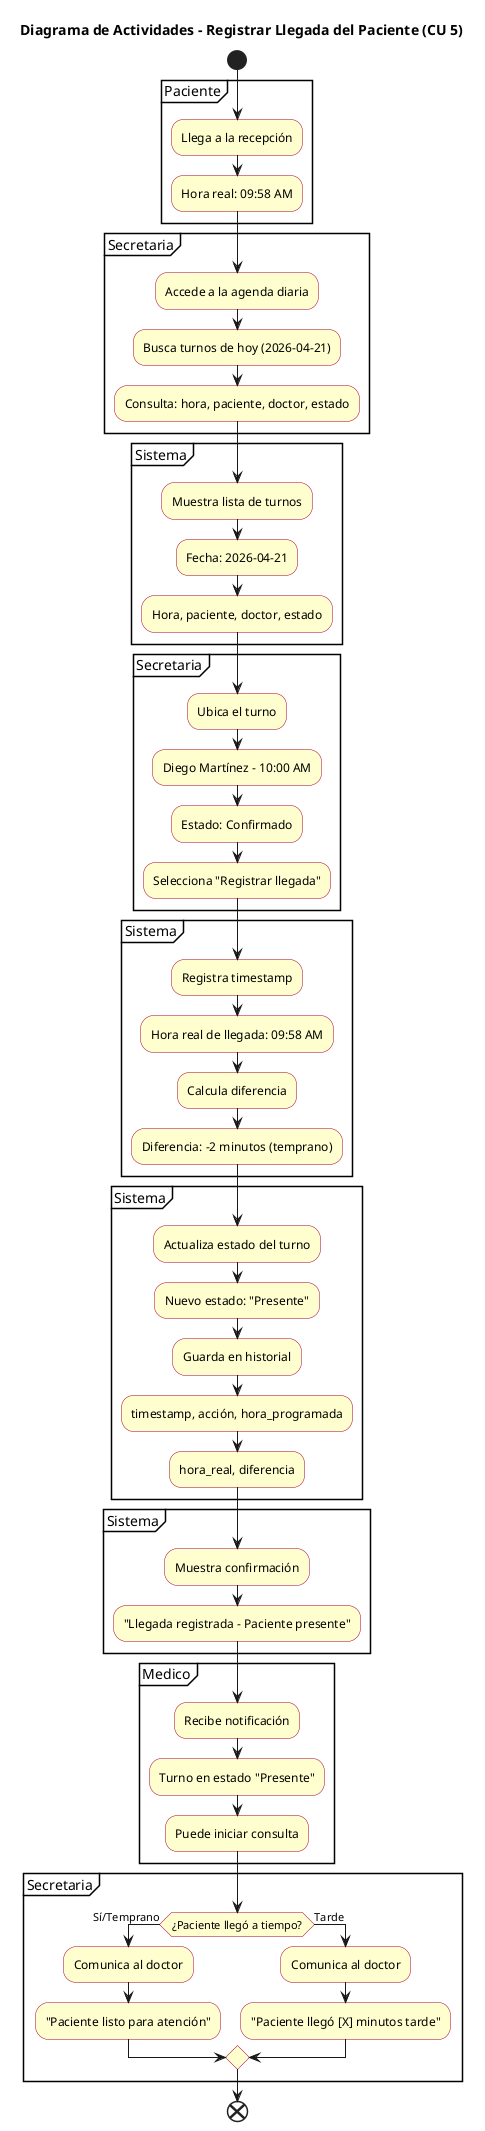
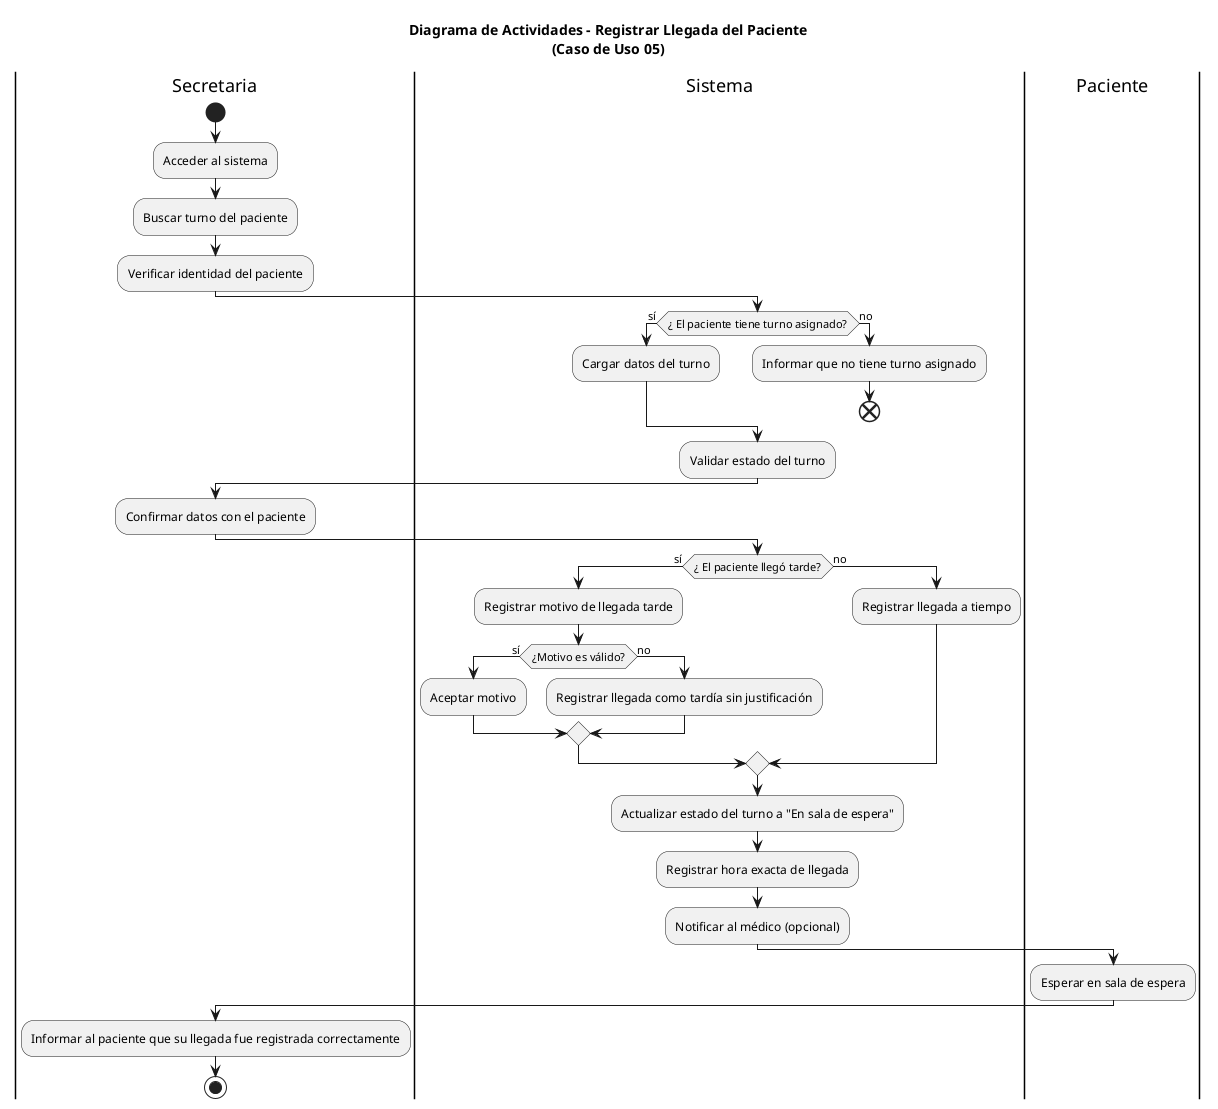
- @startuml
- title Diagrama de Actividades - Registrar Llegada del Paciente (CU 5)
+ @startuml RegistrarLlegadaPaciente

- skinparam ActivityBackgroundColor #FEFECE
- skinparam ActivityBorderColor #A80036
- skinparam ActivityFontColor #000000
+ title Diagrama de Actividades - Registrar Llegada del Paciente\n(Caso de Uso 05)

+ 
+ 
+ |Secretaria|
start
- partition Paciente {
-   :Llega a la recepción;
-   :Hora real: 09:58 AM;
- }
+ :Acceder al sistema;
+ :Buscar turno del paciente;
+ :Verificar identidad del paciente;

- partition Secretaria {
-   :Accede a la agenda diaria;
-   :Busca turnos de hoy (2026-04-21);
-   :Consulta: hora, paciente, doctor, estado;
- }
+ |Sistema|
+ if (¿ El paciente tiene turno asignado?) then (sí)
+   :Cargar datos del turno;
+ else (no)
+   :Informar que no tiene turno asignado;
+   end
+ endif

- partition Sistema {
-   :Muestra lista de turnos;
-   :Fecha: 2026-04-21;
-   :Hora, paciente, doctor, estado;
- }
+ :Validar estado del turno;

- partition Secretaria {
-   :Ubica el turno;
-   :Diego Martínez - 10:00 AM;
-   :Estado: Confirmado;
-   :Selecciona "Registrar llegada";
- }
+ |Secretaria|
+ :Confirmar datos con el paciente;

- partition Sistema {
-   :Registra timestamp;
-   :Hora real de llegada: 09:58 AM;
-   :Calcula diferencia;
-   :Diferencia: -2 minutos (temprano);
- }
+ |Sistema|
+ if (¿ El paciente llegó tarde?) then (sí)
+   :Registrar motivo de llegada tarde;
+   if (¿Motivo es válido?) then (sí)
+     :Aceptar motivo;
+   else (no)
+     :Registrar llegada como tardía sin justificación;
+   endif
+ else (no)
+   :Registrar llegada a tiempo;
+ endif

- partition Sistema {
-   :Actualiza estado del turno;
-   :Nuevo estado: "Presente";
-   :Guarda en historial;
-   :timestamp, acción, hora_programada;
-   :hora_real, diferencia;
- }
+ :Actualizar estado del turno a "En sala de espera";
+ :Registrar hora exacta de llegada;
+ :Notificar al médico (opcional);

- partition Sistema {
-   :Muestra confirmación;
-   :"Llegada registrada - Paciente presente";
- }
+ |Paciente|
+ :Esperar en sala de espera;

- partition Medico {
-   :Recibe notificación;
-   :Turno en estado "Presente";
-   :Puede iniciar consulta;
- }
+ |Secretaria|
+ :Informar al paciente que su llegada fue registrada correctamente;

- partition Secretaria {
-   if (¿Paciente llegó a tiempo?) then (Sí/Temprano)
-     :Comunica al doctor;
-     :"Paciente listo para atención";
-   else (Tarde)
-     :Comunica al doctor;
-     :"Paciente llegó [X] minutos tarde";
-   endif
- }
+ stop

- end
- @enduml
+ @enduml